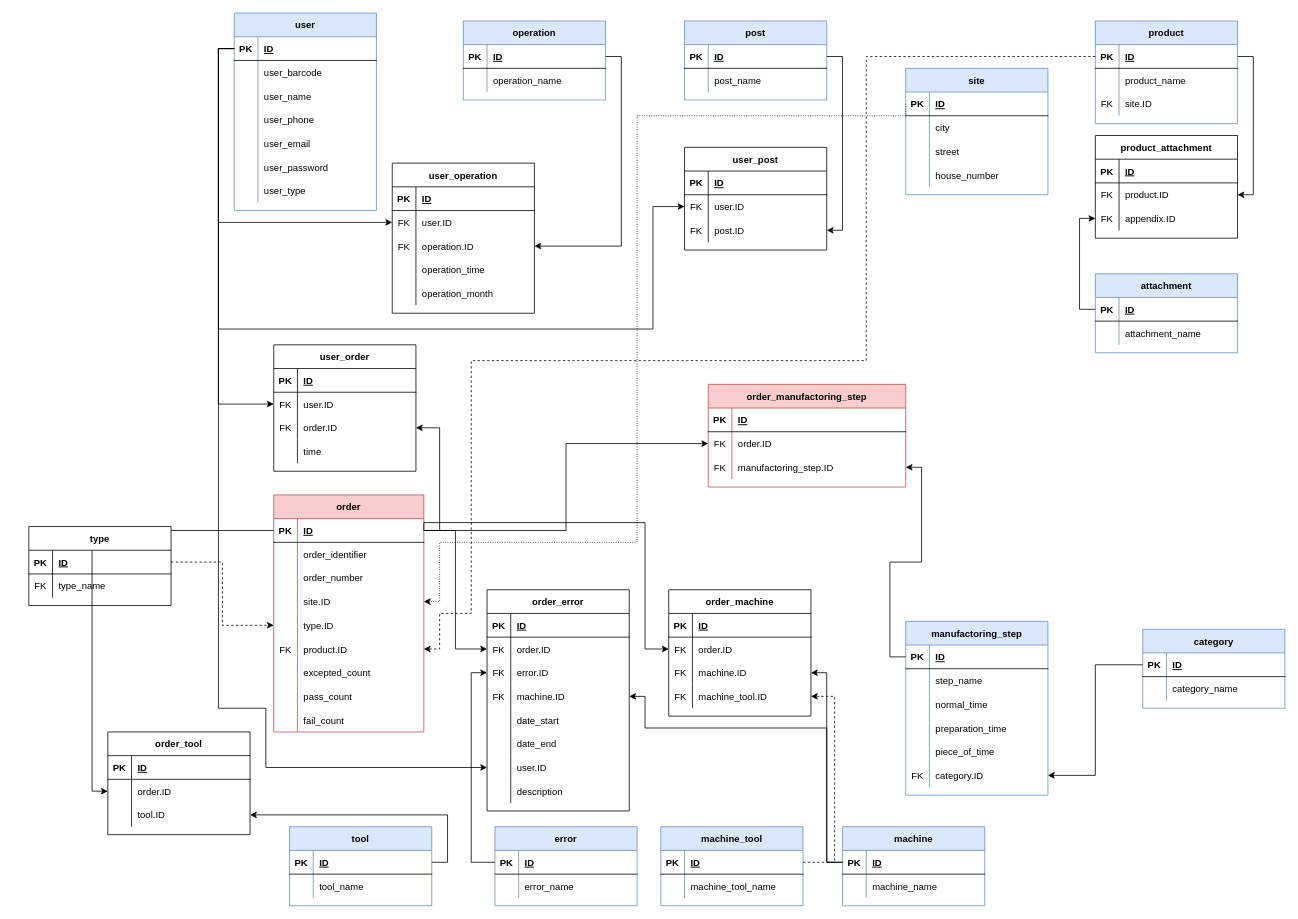
KerteszZoltan/mesterminal keeps this draw.io diagram as DOC/diagrams/database_plan_2_0_0.drawio. Above is the earlier version. Source tidied: cells renumbered, new cells numbered last; positions are measured from the earlier drawing's top-left corner, leaving out a move shared by most shapes. Both pictures are drawn from the tidied source at 79%, with x=0, y=0 at pixel (28, 13).
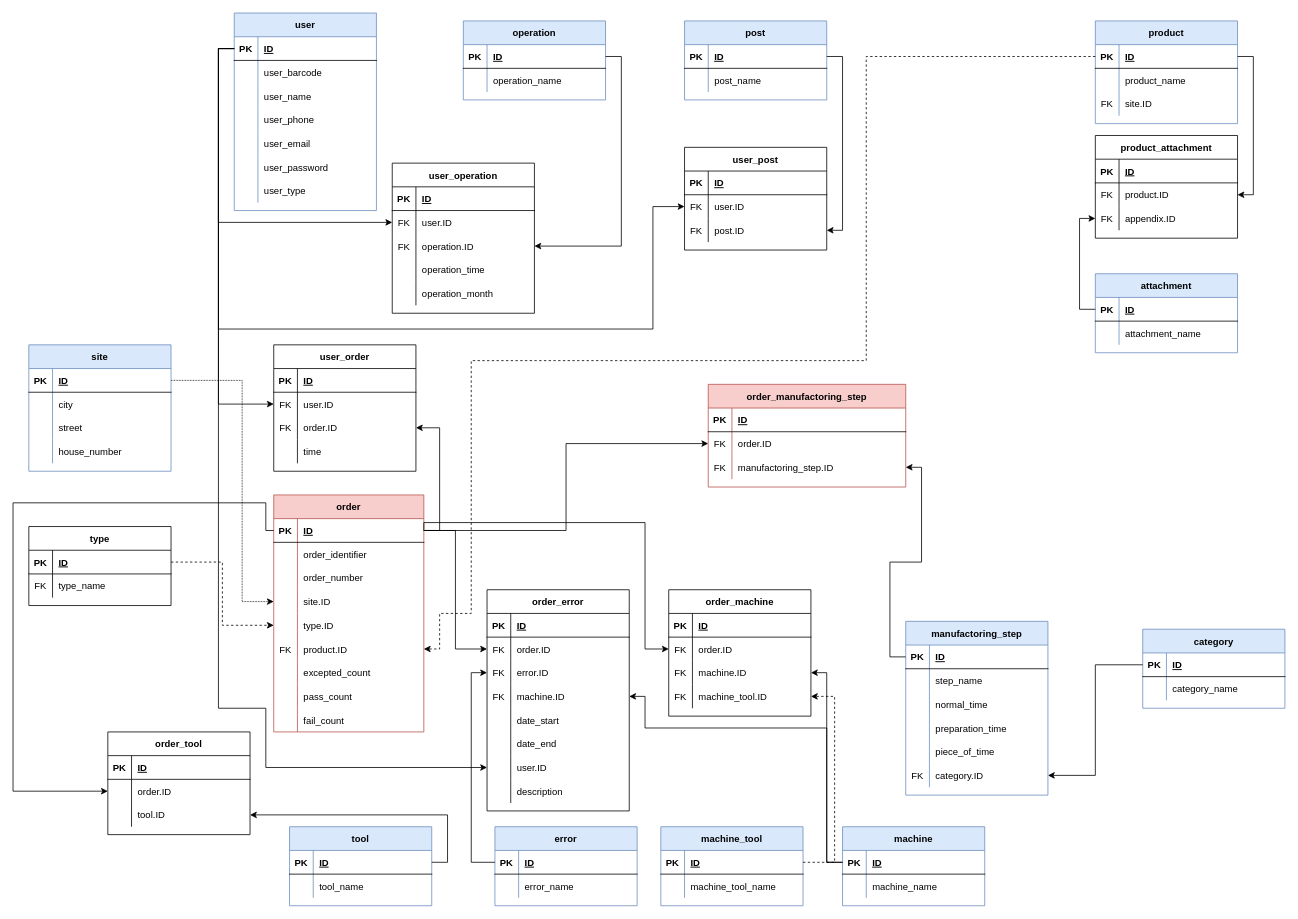
The same diagram, later.

The change refers to these unchanged cells:
```xml
<mxCell id="3" style="shape=partialRectangle;fillColor=none;top=0;left=0;bottom=1;right=0;points=[[0,0.5],[1,0.5]];portConstraint=eastwest;" parent="2" vertex="1">
  <mxGeometry y="30" width="180" height="30" as="geometry" />
</mxCell>
<mxCell id="69" style="shape=partialRectangle;fillColor=none;top=0;left=0;bottom=1;right=0;points=[[0,0.5],[1,0.5]];portConstraint=eastwest;" parent="68" vertex="1">
  <mxGeometry y="30" width="190" height="30" as="geometry" />
</mxCell>
<mxCell id="78" style="shape=partialRectangle;fillColor=none;top=0;left=0;bottom=0;right=0;points=[[0,0.5],[1,0.5]];portConstraint=eastwest;" parent="68" vertex="1">
  <mxGeometry y="120" width="190" height="30" as="geometry" />
</mxCell>
<mxCell id="122" style="shape=partialRectangle;fillColor=none;top=0;left=0;bottom=0;right=0;points=[[0,0.5],[1,0.5]];portConstraint=eastwest;" parent="118" vertex="1">
  <mxGeometry y="60" width="180" height="30" as="geometry" />
</mxCell>
<mxCell id="156" style="shape=partialRectangle;fillColor=none;top=0;left=0;bottom=0;right=0;points=[[0,0.5],[1,0.5]];portConstraint=eastwest;" parent="137" vertex="1">
  <mxGeometry y="210" width="180" height="30" as="geometry" />
</mxCell>
<mxCell id="194" style="shape=partialRectangle;fillColor=none;top=0;left=0;bottom=1;right=0;points=[[0,0.5],[1,0.5]];portConstraint=eastwest;" parent="193" vertex="1">
  <mxGeometry y="30" width="180" height="30" as="geometry" />
</mxCell>
```

The edit, as a diff of the source:
```diff
@@
     <mxCell id="128" style="edgeStyle=orthogonalEdgeStyle;rounded=0;jettySize=auto;html=1;exitX=0;exitY=0.5;exitDx=0;exitDy=0;entryX=0;entryY=0.5;entryDx=0;entryDy=0;" parent="1" edge="1" source="69" target="122">
-      <mxGeometry relative="1" as="geometry" />
+      <mxGeometry relative="1" as="geometry">
+        <Array as="points">
+          <mxPoint x="300" y="655" />
+          <mxPoint x="300" y="620" />
+          <mxPoint x="-20" y="620" />
+          <mxPoint x="-20" y="985" />
+        </Array>
+      </mxGeometry>
     </mxCell>
@@
     <mxCell id="193" value="site" style="shape=table;startSize=30;childLayout=tableLayout;rowLines=0;fontStyle=1;align=center;fillColor=#dae8fc;strokeColor=#6c8ebf;" parent="1" vertex="1">
-      <mxGeometry x="1110" y="70" width="180" height="160" as="geometry" />
+      <mxGeometry y="420" width="180" height="160" as="geometry" />
     </mxCell>
@@
+    <mxCell id="286" style="edgeStyle=orthogonalEdgeStyle;rounded=0;jettySize=auto;html=1;exitX=0;exitY=0.5;exitDx=0;exitDy=0;entryX=0;entryY=0.5;entryDx=0;entryDy=0;" parent="1" edge="1" source="3" target="156">
+      <mxGeometry relative="1" as="geometry">
+        <Array as="points">
+          <mxPoint x="240" y="45" />
+          <mxPoint x="240" y="880" />
+          <mxPoint x="300" y="880" />
+          <mxPoint x="300" y="955" />
+        </Array>
+      </mxGeometry>
+    </mxCell>
-    <mxCell id="285" style="edgeStyle=orthogonalEdgeStyle;rounded=0;jettySize=auto;html=1;exitX=0;exitY=0.5;exitDx=0;exitDy=0;entryX=1;entryY=0.5;entryDx=0;entryDy=0;dashed=1;dashPattern=1 2;" parent="1" edge="1" source="194" target="78">
+    <mxCell id="285" style="edgeStyle=orthogonalEdgeStyle;rounded=0;jettySize=auto;html=1;exitX=1;exitY=0.5;exitDx=0;exitDy=0;entryX=0;entryY=0.5;entryDx=0;entryDy=0;dashed=1;dashPattern=1 1;" parent="1" edge="1" source="194" target="78">
       <mxGeometry relative="1" as="geometry">
         <Array as="points">
-          <mxPoint x="1110" y="130" />
-          <mxPoint x="770" y="130" />
-          <mxPoint x="770" y="670" />
-          <mxPoint x="520" y="670" />
-          <mxPoint x="520" y="745" />
+          <mxPoint x="270" y="465" />
+          <mxPoint x="270" y="745" />
         </Array>
       </mxGeometry>
     </mxCell>
-    <mxCell id="286" style="edgeStyle=orthogonalEdgeStyle;rounded=0;jettySize=auto;html=1;exitX=0;exitY=0.5;exitDx=0;exitDy=0;entryX=0;entryY=0.5;entryDx=0;entryDy=0;" parent="1" edge="1" source="3" target="156">
-      <mxGeometry relative="1" as="geometry">
-        <Array as="points">
-          <mxPoint x="240" y="45" />
-          <mxPoint x="240" y="880" />
-          <mxPoint x="300" y="880" />
-          <mxPoint x="300" y="955" />
-        </Array>
-      </mxGeometry>
-    </mxCell>
```
